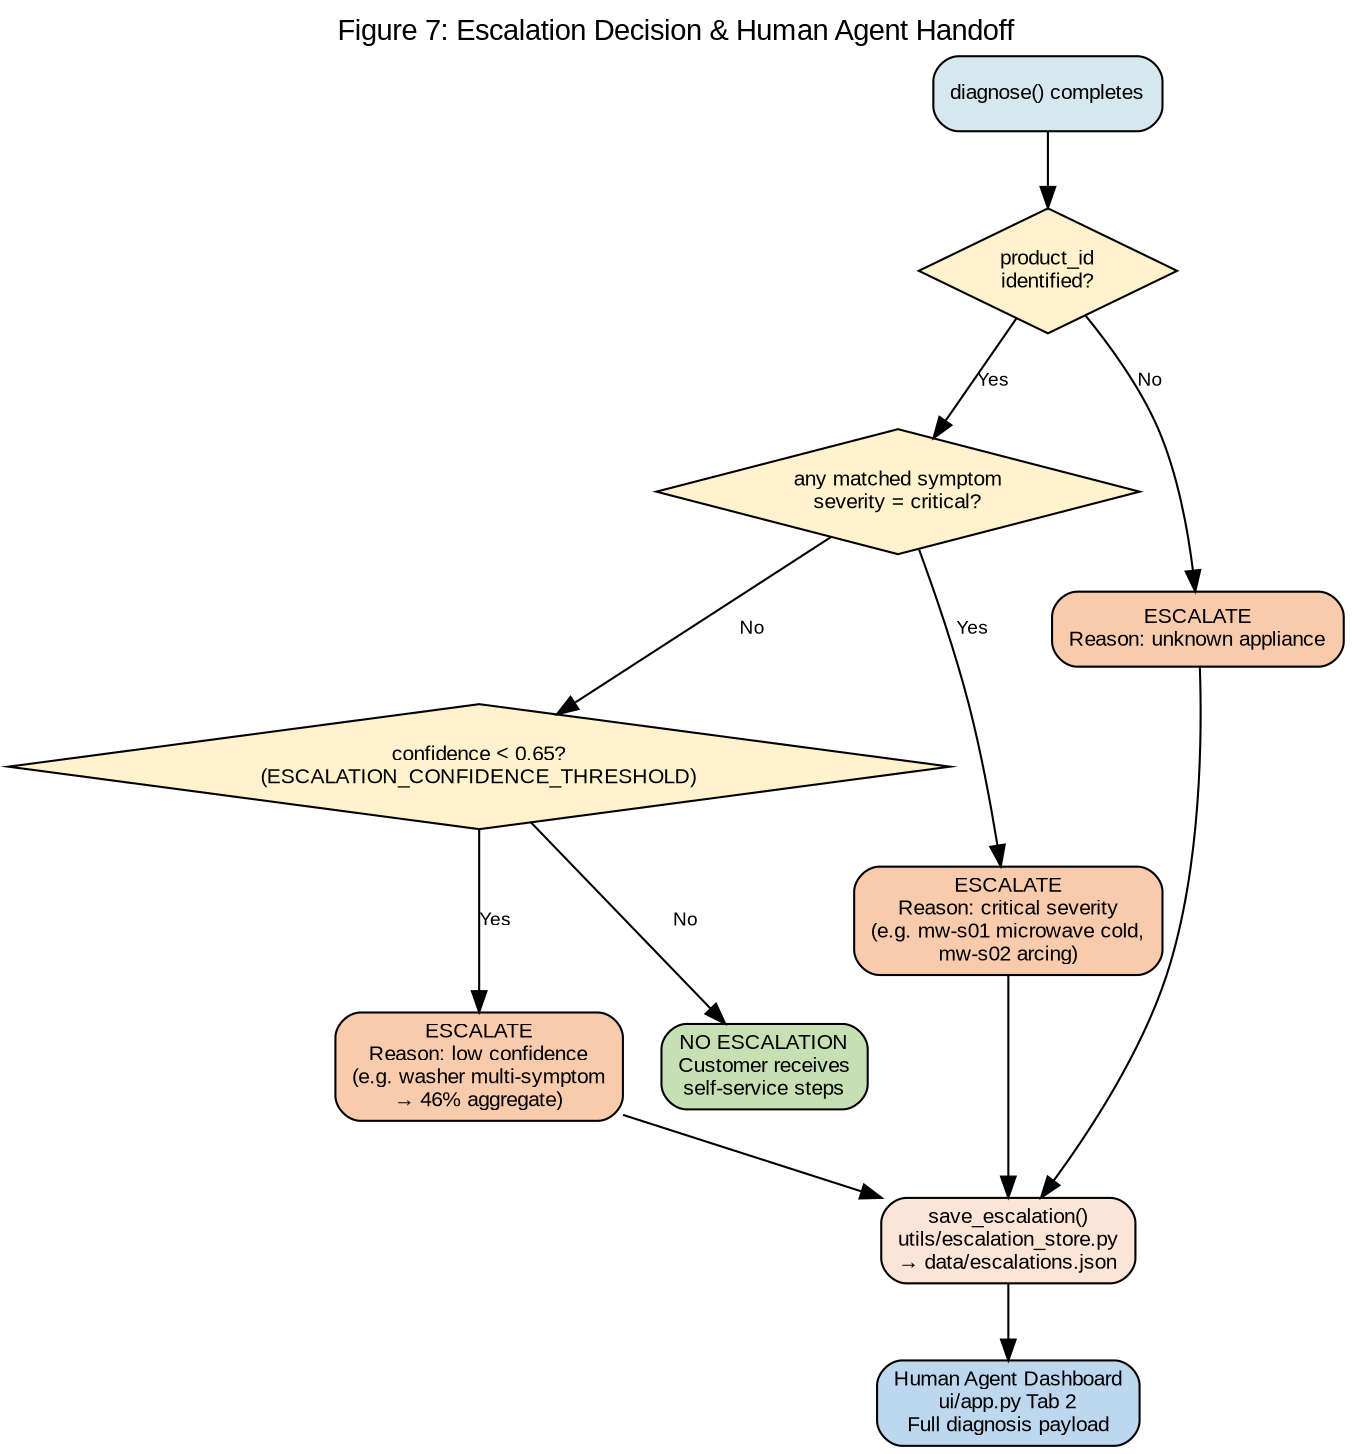
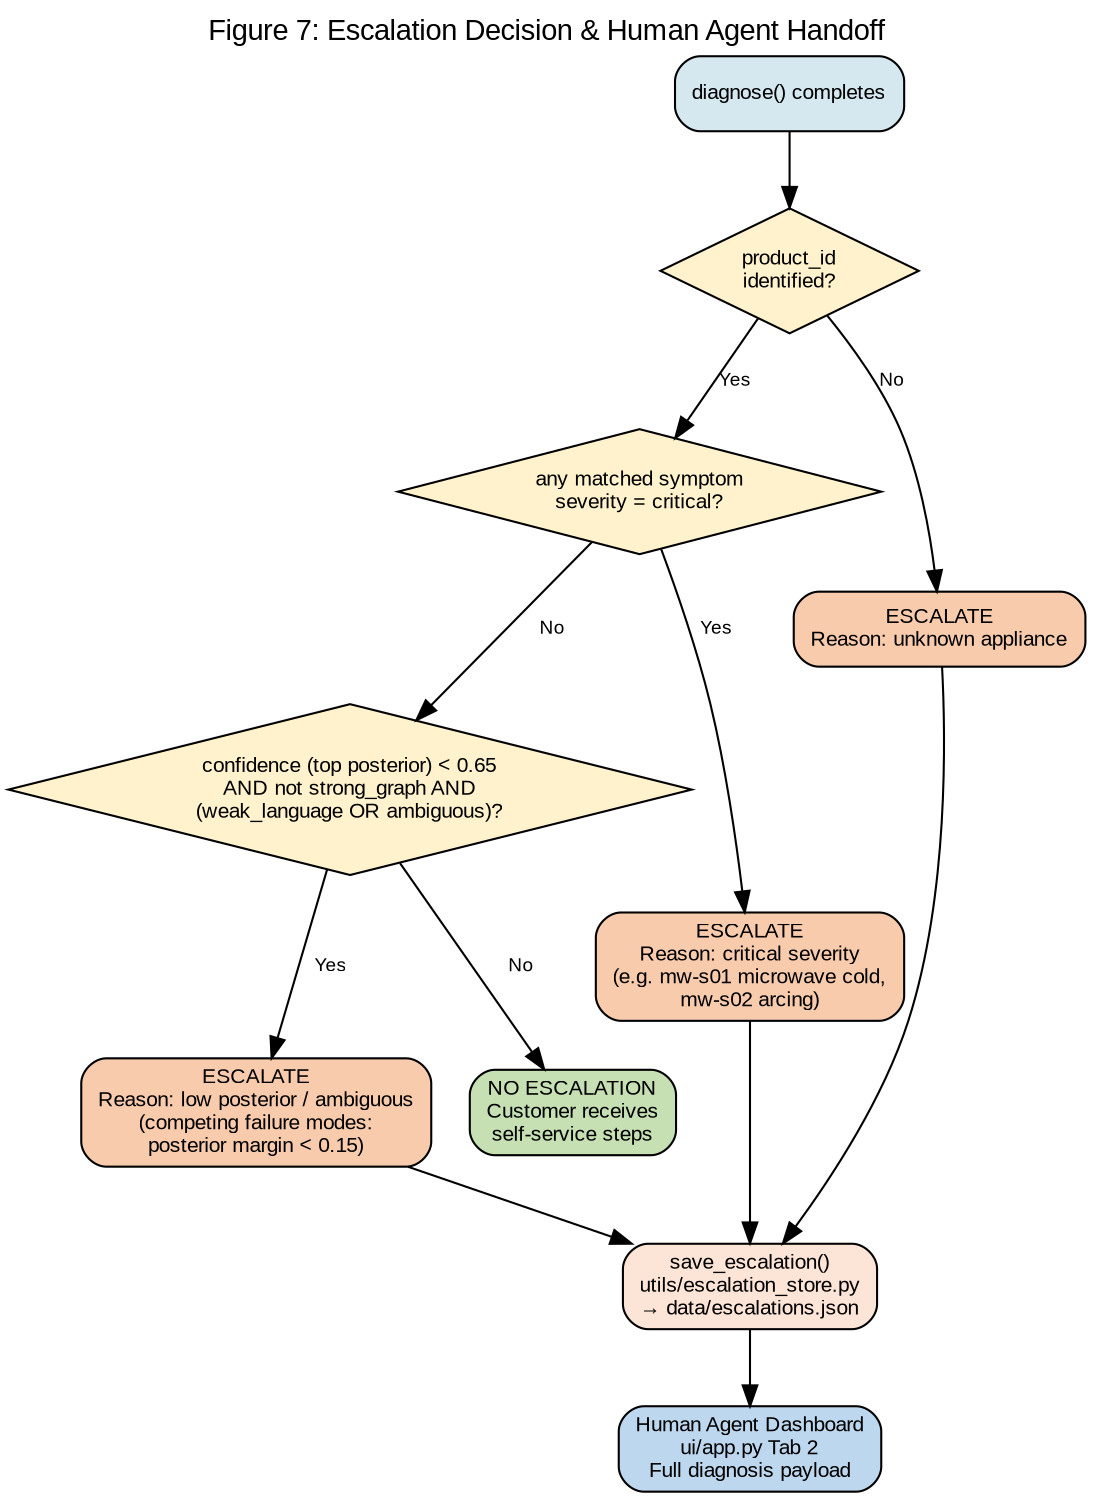
// Figure 7: Escalation Decision Logic (graph/graph_rag.py + escalation_store.py)
digraph EscalationDecision {
  graph [
    rankdir=TB
    label="Figure 7: Escalation Decision & Human Agent Handoff"
    labelloc=t
    fontsize=14
    fontname="Arial"
    bgcolor="white"
  ]
  node [fontname="Arial", fontsize=10]
  edge [fontname="Arial", fontsize=9]

  Start [label="diagnose() completes", shape=box, style="rounded,filled", fillcolor="#D5E8F0"]

  Q1 [label="product_id\nidentified?", shape=diamond, style=filled, fillcolor="#FFF2CC"]
  Q2 [label="any matched symptom\nseverity = critical?", shape=diamond, style=filled, fillcolor="#FFF2CC"]
-   Q3 [label="confidence < 0.65?\n(ESCALATION_CONFIDENCE_THRESHOLD)", shape=diamond, style=filled, fillcolor="#FFF2CC"]
+   Q3 [label="confidence (top posterior) < 0.65\nAND not strong_graph AND\n(weak_language OR ambiguous)?", shape=diamond, style=filled, fillcolor="#FFF2CC"]

  Esc1 [label="ESCALATE\nReason: unknown appliance", shape=box, style="rounded,filled", fillcolor="#F8CBAD"]
  Esc2 [label="ESCALATE\nReason: critical severity\n(e.g. mw-s01 microwave cold,\nmw-s02 arcing)", shape=box, style="rounded,filled", fillcolor="#F8CBAD"]
-   Esc3 [label="ESCALATE\nReason: low confidence\n(e.g. washer multi-symptom\n→ 46% aggregate)", shape=box, style="rounded,filled", fillcolor="#F8CBAD"]
+   Esc3 [label="ESCALATE\nReason: low posterior / ambiguous\n(competing failure modes:\nposterior margin < 0.15)", shape=box, style="rounded,filled", fillcolor="#F8CBAD"]
  Resolve [label="NO ESCALATION\nCustomer receives\nself-service steps", shape=box, style="rounded,filled", fillcolor="#C6E0B4"]

  Save [label="save_escalation()\nutils/escalation_store.py\n→ data/escalations.json", shape=box, style="rounded,filled", fillcolor="#FCE4D6"]
  Dashboard [label="Human Agent Dashboard\nui/app.py Tab 2\nFull diagnosis payload", shape=box, style="rounded,filled", fillcolor="#BDD7EE"]

  Start -> Q1
  Q1 -> Esc1 [label="No"]
  Q1 -> Q2 [label="Yes"]
  Q2 -> Esc2 [label="Yes"]
  Q2 -> Q3 [label="No"]
  Q3 -> Esc3 [label="Yes"]
  Q3 -> Resolve [label="No"]

  Esc1 -> Save
  Esc2 -> Save
  Esc3 -> Save
  Save -> Dashboard
}